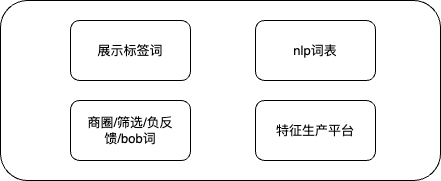
liujunao/draw-data keeps this draw.io diagram as work-draw-file/标签与F1联动之词挖掘.png. Above is the earlier version. Source tidied: cells renumbered, new cells last; positions are measured from the earlier drawing's top-left corner, leaving out a move shared by most shapes.
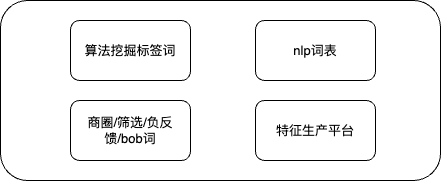
Later version of the same file.

Commit message:
更新标签与F1联动之词挖掘.png

What changed in the source:
```diff
@@ -5,7 +5,7 @@
     <mxCell id="2" style="rounded=1;whiteSpace=wrap;html=1;" parent="1" vertex="1">
       <mxGeometry width="440" height="180" as="geometry" />
     </mxCell>
-    <mxCell id="3" value="展示标签词" style="rounded=1;whiteSpace=wrap;html=1;" parent="1" vertex="1">
+    <mxCell id="3" value="算法挖掘标签词" style="rounded=1;whiteSpace=wrap;html=1;" parent="1" vertex="1">
       <mxGeometry x="70" y="20" width="120" height="60" as="geometry" />
     </mxCell>
     <mxCell id="4" value="nlp词表" style="rounded=1;whiteSpace=wrap;html=1;" parent="1" vertex="1">
```
